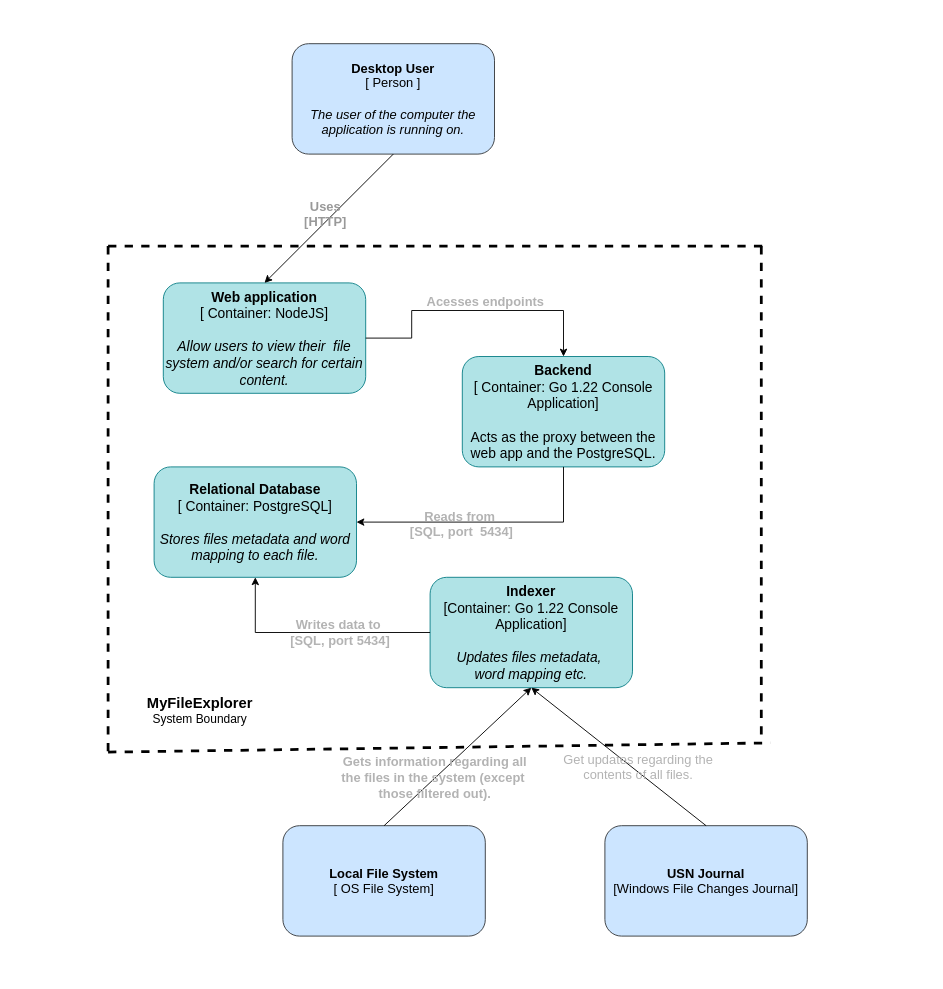
Earlier version of the draw.io diagram docs/containers.drawio (Raul072103/Search-Engine-File-System). Source tidied: cells renumbered, new cells numbered last; positions are measured from the earlier drawing's top-left corner, leaving out a move shared by most shapes. Both pictures are drawn from the tidied source at 92%, with x=0, y=0 at pixel (108, 43).
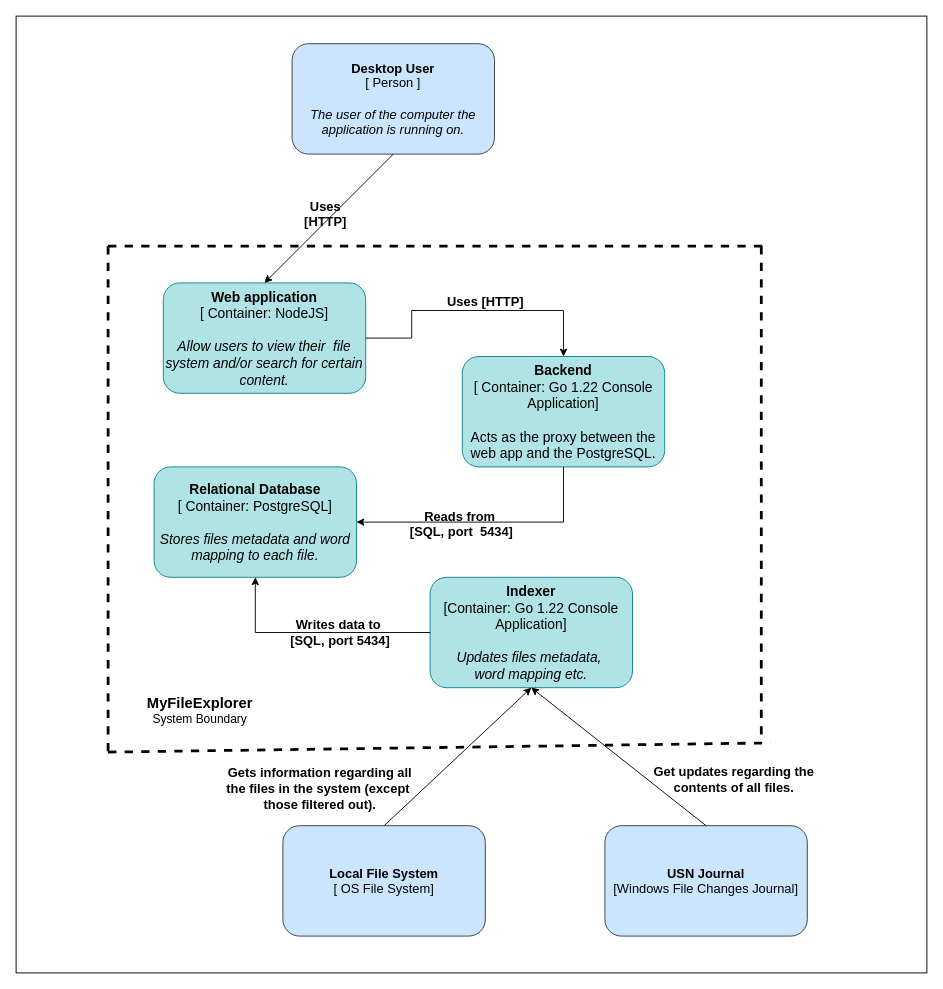
The same page after the edit.

The change refers to these unchanged cells:
```xml
<mxCell id="4" style="endArrow=classic;html=1;rounded=0;exitX=0.5;exitY=1;exitDx=0;exitDy=0;entryX=0.5;entryY=0;entryDx=0;entryDy=0;" parent="1" edge="1" source="3" target="2">
  <mxGeometry relative="1" as="geometry" />
</mxCell>
<mxCell id="9" value="&lt;br&gt;&lt;br&gt;" style="endArrow=classic;html=1;rounded=0;exitX=0.5;exitY=0;exitDx=0;exitDy=0;entryX=0.5;entryY=1;entryDx=0;entryDy=0;" parent="1" edge="1" source="8" target="7">
  <mxGeometry relative="1" as="geometry" />
</mxCell>
<mxCell id="17" style="endArrow=classic;html=1;rounded=0;exitX=0.5;exitY=0;exitDx=0;exitDy=0;entryX=0.5;entryY=1;entryDx=0;entryDy=0;" parent="1" edge="1" source="16" target="7">
  <mxGeometry relative="1" as="geometry" />
</mxCell>
<mxCell id="19" style="endArrow=classic;html=1;rounded=0;exitX=0;exitY=0.5;exitDx=0;exitDy=0;entryX=0.5;entryY=1;entryDx=0;entryDy=0;" parent="1" edge="1" source="7" target="6">
  <mxGeometry relative="1" as="geometry">
    <Array as="points">
      <mxPoint x="160" y="640" />
    </Array>
  </mxGeometry>
</mxCell>
<mxCell id="22" style="endArrow=classic;html=1;rounded=0;exitX=0.5;exitY=1;exitDx=0;exitDy=0;entryX=1;entryY=0.5;entryDx=0;entryDy=0;" parent="1" edge="1" source="21" target="6">
  <mxGeometry relative="1" as="geometry">
    <Array as="points">
      <mxPoint x="495" y="520" />
    </Array>
  </mxGeometry>
</mxCell>
<mxCell id="24" style="endArrow=classic;html=1;rounded=0;exitX=1;exitY=0.5;exitDx=0;exitDy=0;entryX=0.5;entryY=0;entryDx=0;entryDy=0;" parent="1" edge="1" source="2" target="21">
  <mxGeometry relative="1" as="geometry">
    <Array as="points">
      <mxPoint x="330" y="320" />
      <mxPoint x="330" y="290" />
      <mxPoint x="495" y="290" />
    </Array>
  </mxGeometry>
</mxCell>
```

Change to the diagram source:
```diff
@@
+    <mxCell id="26" style="rounded=0;whiteSpace=wrap;html=1;" parent="1" vertex="1">
+      <mxGeometry x="-100" y="-30" width="990" height="1040" as="geometry" />
+    </mxCell>
@@
-    <mxCell id="5" value="&lt;font color=&quot;#999999&quot; style=&quot;font-size: 14px;&quot;&gt;Uses&lt;br style=&quot;font-size: 14px;&quot;&gt;[HTTP]&lt;/font&gt;" style="edgeLabel;html=1;align=center;verticalAlign=middle;fontSize=14;labelBackgroundColor=none;fontStyle=1;" parent="4" vertex="1">
+    <mxCell id="5" value="&lt;font style=&quot;font-size: 14px;&quot;&gt;Uses&lt;br style=&quot;font-size: 14px;&quot;&gt;[HTTP]&lt;/font&gt;" style="edgeLabel;html=1;align=center;verticalAlign=middle;fontSize=14;labelBackgroundColor=none;fontStyle=1;fontColor=default;" parent="4" vertex="1">
       <mxGeometry x="0.03" y="-4" relative="1" as="geometry">
         <mxPoint y="-5" as="offset" />
       </mxGeometry>
     </mxCell>
@@
-    <mxCell id="10" value="&lt;font color=&quot;#b3b3b3&quot; style=&quot;font-size: 14px;&quot;&gt;&lt;b&gt;Gets information regarding all&lt;br&gt;the files in the system (except&amp;nbsp;&lt;br&gt;those filtered out).&lt;/b&gt;&lt;/font&gt;" style="edgeLabel;html=1;align=center;verticalAlign=middle;labelBackgroundColor=none;" parent="9" vertex="1">
+    <mxCell id="10" value="&lt;font style=&quot;font-size: 14px;&quot;&gt;&lt;b style=&quot;font-size: 14px;&quot;&gt;Gets information regarding all&lt;br style=&quot;font-size: 14px;&quot;&gt;the files in the system (except&amp;nbsp;&lt;br style=&quot;font-size: 14px;&quot;&gt;those filtered out).&lt;/b&gt;&lt;/font&gt;" style="edgeLabel;html=1;align=center;verticalAlign=middle;labelBackgroundColor=none;fontSize=14;fontColor=default;" parent="9" vertex="1">
       <mxGeometry x="0.15" relative="1" as="geometry">
-        <mxPoint x="-37" y="34" as="offset" />
+        <mxPoint x="-162" y="46" as="offset" />
       </mxGeometry>
     </mxCell>
@@
-    <mxCell id="18" value="&lt;font color=&quot;#b3b3b3&quot; style=&quot;font-size: 14px;&quot;&gt;Get updates regarding the&lt;br&gt;contents of all files.&lt;/font&gt;" style="edgeLabel;html=1;align=center;verticalAlign=middle;labelBackgroundColor=none;" parent="17" vertex="1">
+    <mxCell id="18" value="&lt;font style=&quot;font-size: 14px;&quot;&gt;Get updates regarding the&lt;br style=&quot;font-size: 14px;&quot;&gt;contents of all files.&lt;/font&gt;" style="edgeLabel;html=1;align=center;verticalAlign=middle;labelBackgroundColor=none;fontColor=default;fontSize=14;fontStyle=1;" parent="17" vertex="1">
       <mxGeometry x="0.02" y="3" relative="1" as="geometry">
-        <mxPoint x="24" y="9" as="offset" />
+        <mxPoint x="128" y="23" as="offset" />
       </mxGeometry>
     </mxCell>
@@
-    <mxCell id="20" value="&lt;font color=&quot;#b3b3b3&quot; style=&quot;font-size: 14px;&quot;&gt;&lt;b&gt;Writes data to&amp;nbsp;&lt;br style=&quot;border-color: var(--border-color);&quot;&gt;[SQL, port 5434]&lt;/b&gt;&lt;/font&gt;" style="edgeLabel;html=1;align=center;verticalAlign=middle;labelBackgroundColor=none;" parent="19" vertex="1">
+    <mxCell id="20" value="&lt;font style=&quot;font-size: 14px;&quot;&gt;&lt;b style=&quot;font-size: 14px;&quot;&gt;Writes data to&amp;nbsp;&lt;br style=&quot;border-color: var(--border-color); font-size: 14px;&quot;&gt;[SQL, port 5434]&lt;/b&gt;&lt;/font&gt;" style="edgeLabel;html=1;align=center;verticalAlign=middle;labelBackgroundColor=none;fontColor=default;fontSize=14;" parent="19" vertex="1">
       <mxGeometry x="-0.21" y="-1" relative="1" as="geometry" />
     </mxCell>
@@
-    <mxCell id="23" value="&lt;font color=&quot;#b3b3b3&quot; style=&quot;font-size: 14px;&quot;&gt;&lt;b&gt;Reads from&amp;nbsp;&lt;br style=&quot;border-color: var(--border-color);&quot;&gt;&lt;span style=&quot;&quot;&gt;[SQL, port&amp;nbsp; 5434]&lt;/span&gt;&lt;/b&gt;&lt;/font&gt;" style="edgeLabel;html=1;align=center;verticalAlign=middle;labelBackgroundColor=none;" parent="22" vertex="1">
+    <mxCell id="23" value="&lt;font style=&quot;font-size: 14px;&quot;&gt;&lt;b style=&quot;font-size: 14px;&quot;&gt;Reads from&amp;nbsp;&lt;br style=&quot;border-color: var(--border-color); font-size: 14px;&quot;&gt;&lt;span style=&quot;font-size: 14px;&quot;&gt;[SQL, port&amp;nbsp; 5434]&lt;/span&gt;&lt;/b&gt;&lt;/font&gt;" style="edgeLabel;html=1;align=center;verticalAlign=middle;labelBackgroundColor=none;fontColor=default;fontSize=14;" parent="22" vertex="1">
       <mxGeometry x="0.2" y="1" relative="1" as="geometry">
         <mxPoint x="-1" as="offset" />
       </mxGeometry>
     </mxCell>
@@
-    <mxCell id="25" value="&lt;font color=&quot;#b3b3b3&quot;&gt;&lt;span style=&quot;font-size: 14px;&quot;&gt;&lt;b&gt;Acesses endpoints&lt;/b&gt;&lt;/span&gt;&lt;/font&gt;" style="edgeLabel;html=1;align=center;verticalAlign=middle;labelBackgroundColor=none;" parent="24" vertex="1">
+    <mxCell id="25" value="&lt;font style=&quot;font-size: 14px;&quot;&gt;&lt;span style=&quot;font-size: 14px;&quot;&gt;&lt;b style=&quot;font-size: 14px;&quot;&gt;Uses [HTTP]&lt;/b&gt;&lt;/span&gt;&lt;/font&gt;" style="edgeLabel;html=1;align=center;verticalAlign=middle;labelBackgroundColor=none;fontColor=default;fontSize=14;" parent="24" vertex="1">
       <mxGeometry x="0.11" y="1" relative="1" as="geometry">
         <mxPoint x="-5" y="-9" as="offset" />
       </mxGeometry>
     </mxCell>
```
